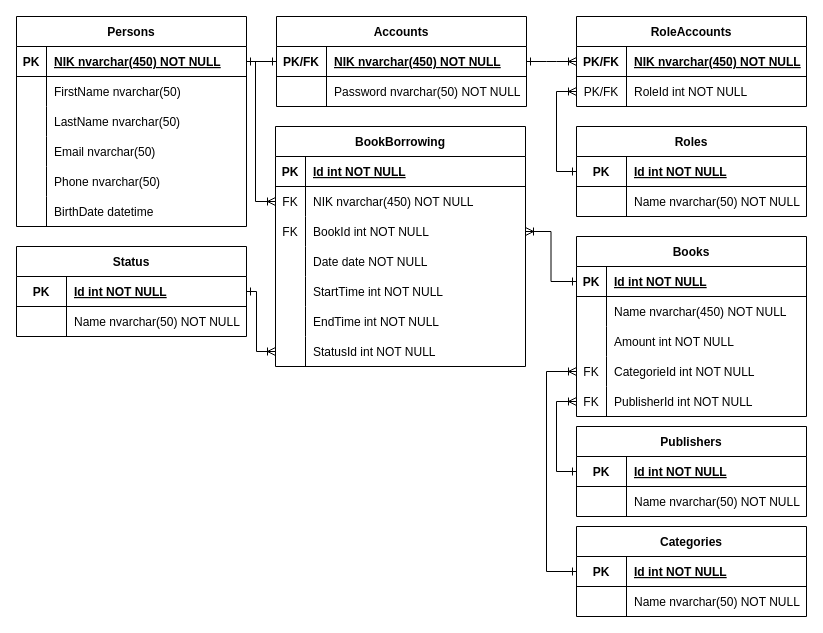
Before: Untitled Diagram.drawio in Abror-1221/TestGitHub, a draw.io diagram. Source tidied: cells renumbered, new cells numbered last; positions are measured from the earlier drawing's top-left corner, leaving out a move shared by most shapes. Both pictures are drawn from the tidied source at 100%, with x=0, y=0 at pixel (16, 16).
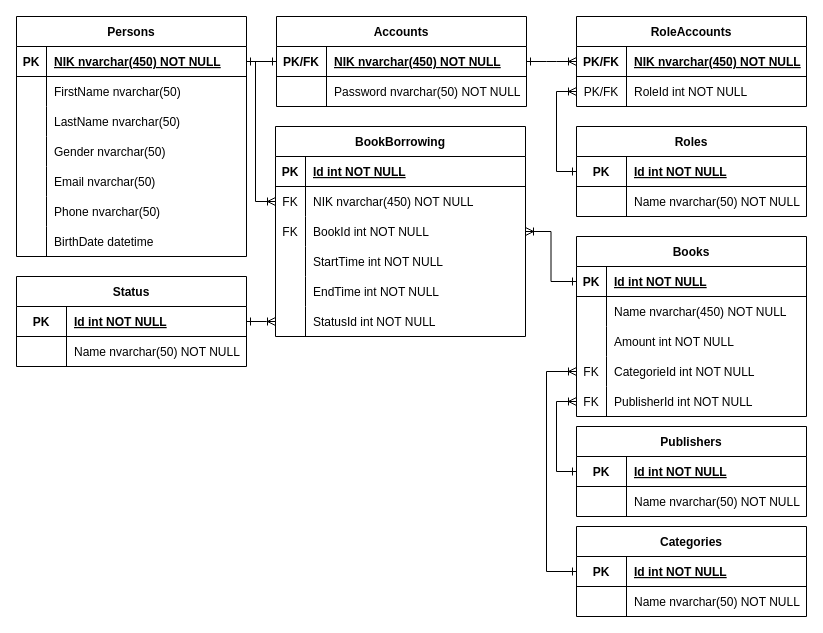
The same page after the edit.

The change refers to these unchanged cells:
```xml
<mxCell id="83" style="shape=partialRectangle;fillColor=none;points=[[0,0.5],[1,0.5]];portConstraint=eastwest;top=0;left=0;right=0;bottom=1;" parent="82" vertex="1">
  <mxGeometry y="30" width="230" height="30" as="geometry" />
</mxCell>
```

Diff of the diagram source:
```diff
@@
     <mxCell id="18" value="Persons" style="shape=table;startSize=30;childLayout=tableLayout;rowLines=0;fontStyle=1;align=center;" parent="1" vertex="1">
-      <mxGeometry width="230" height="210" as="geometry" />
+      <mxGeometry width="230" height="240" as="geometry" />
     </mxCell>
@@
+    <mxCell id="109" style="shape=partialRectangle;fillColor=none;top=0;left=0;right=0;bottom=0;" parent="18" vertex="1">
+      <mxGeometry y="120" width="230" height="30" as="geometry" />
+    </mxCell>
+    <mxCell id="48" style="shape=partialRectangle;overflow=hidden;fillColor=none;top=0;left=0;bottom=0;right=0;" parent="109" vertex="1">
+      <mxGeometry width="30" height="30" as="geometry" />
+    </mxCell>
+    <mxCell id="110" value="Gender nvarchar(50)" style="shape=partialRectangle;overflow=hidden;fillColor=none;top=0;left=0;bottom=0;right=0;align=left;spacingLeft=6;" parent="109" vertex="1">
+      <mxGeometry x="30" width="200" height="30" as="geometry" />
+    </mxCell>
     <mxCell id="28" style="shape=partialRectangle;fillColor=none;top=0;left=0;right=0;bottom=0;" parent="18" vertex="1">
-      <mxGeometry y="120" width="230" height="30" as="geometry" />
+      <mxGeometry y="150" width="230" height="30" as="geometry" />
     </mxCell>
@@
     <mxCell id="31" style="shape=partialRectangle;fillColor=none;top=0;left=0;right=0;bottom=0;" parent="18" vertex="1">
-      <mxGeometry y="150" width="230" height="30" as="geometry" />
+      <mxGeometry y="180" width="230" height="30" as="geometry" />
     </mxCell>
@@
     <mxCell id="34" style="shape=partialRectangle;fillColor=none;top=0;left=0;right=0;bottom=0;" parent="18" vertex="1">
-      <mxGeometry y="180" width="230" height="30" as="geometry" />
+      <mxGeometry y="210" width="230" height="30" as="geometry" />
     </mxCell>
@@
     <mxCell id="37" value="BookBorrowing" style="shape=table;startSize=30;childLayout=tableLayout;rowLines=0;fontStyle=1;align=center;" parent="1" vertex="1">
-      <mxGeometry x="259" y="110" width="250" height="240" as="geometry" />
+      <mxGeometry x="259" y="110" width="250" height="210" as="geometry" />
     </mxCell>
@@
-    <mxCell id="47" style="shape=partialRectangle;fillColor=none;top=0;left=0;right=0;bottom=0;" parent="37" vertex="1">
-      <mxGeometry y="120" width="250" height="30" as="geometry" />
-    </mxCell>
-    <mxCell id="48" style="shape=partialRectangle;overflow=hidden;fillColor=none;top=0;left=0;bottom=0;right=0;" parent="47" vertex="1">
-      <mxGeometry width="30" height="30" as="geometry" />
-    </mxCell>
-    <mxCell id="49" value="Date date NOT NULL" style="shape=partialRectangle;overflow=hidden;fillColor=none;top=0;left=0;bottom=0;right=0;align=left;spacingLeft=6;" parent="47" vertex="1">
-      <mxGeometry x="30" width="220" height="30" as="geometry" />
-    </mxCell>
     <mxCell id="50" style="shape=partialRectangle;fillColor=none;top=0;left=0;right=0;bottom=0;" parent="37" vertex="1">
-      <mxGeometry y="150" width="250" height="30" as="geometry" />
+      <mxGeometry y="120" width="250" height="30" as="geometry" />
     </mxCell>
@@
     <mxCell id="53" style="shape=partialRectangle;fillColor=none;top=0;left=0;right=0;bottom=0;" parent="37" vertex="1">
-      <mxGeometry y="180" width="250" height="30" as="geometry" />
+      <mxGeometry y="150" width="250" height="30" as="geometry" />
     </mxCell>
@@
     <mxCell id="56" style="shape=partialRectangle;fillColor=none;points=[[0,0.5],[1,0.5]];portConstraint=eastwest;top=0;left=0;right=0;bottom=0;" parent="37" vertex="1">
-      <mxGeometry y="210" width="250" height="30" as="geometry" />
+      <mxGeometry y="180" width="250" height="30" as="geometry" />
     </mxCell>
@@
     <mxCell id="82" value="Status" style="shape=table;startSize=30;childLayout=tableLayout;rowLines=0;fontStyle=1;align=center;" parent="1" vertex="1">
-      <mxGeometry y="230" width="230" height="90" as="geometry" />
+      <mxGeometry y="260" width="230" height="90" as="geometry" />
     </mxCell>
@@
     <mxCell id="89" style="edgeStyle=orthogonalEdgeStyle;rounded=0;jettySize=auto;html=1;exitX=0;exitY=0.5;exitDx=0;exitDy=0;entryX=1;entryY=0.5;entryDx=0;entryDy=0;endArrow=ERone;endFill=0;startArrow=ERoneToMany;startFill=0;" parent="1" edge="1" source="56" target="83">
       <mxGeometry relative="1" as="geometry">
         <Array as="points">
-          <mxPoint x="240" y="335" />
-          <mxPoint x="240" y="275" />
+          <mxPoint x="250" y="305" />
+          <mxPoint x="250" y="305" />
         </Array>
       </mxGeometry>
     </mxCell>
```
